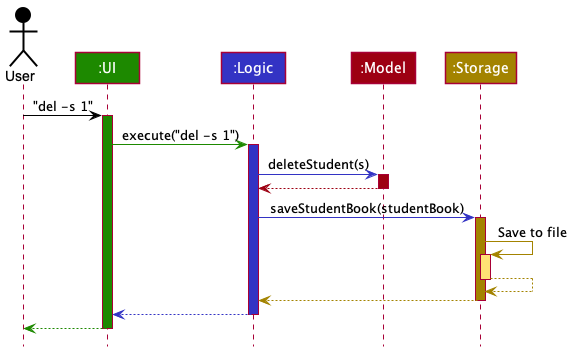
This is docs/images/ArchitectureSequenceDiagram.png from nus-cs2103-AY2122S1/tp, a PlantUML export, as it was before one commit. Source of this version:
```plantuml
@startuml
!include style.puml

Actor User as user USER_COLOR
Participant ":UI" as ui UI_COLOR
Participant ":Logic" as logic LOGIC_COLOR
Participant ":Model" as model MODEL_COLOR
Participant ":Storage" as storage STORAGE_COLOR

user -[USER_COLOR]> ui : "del -s 1"
activate ui UI_COLOR

ui -[UI_COLOR]> logic : execute("del -s 1")
activate logic LOGIC_COLOR

logic -[LOGIC_COLOR]> model : deleteStudent(s)
activate model MODEL_COLOR

model -[MODEL_COLOR]-> logic
deactivate model

logic -[LOGIC_COLOR]> storage : saveStudentBook(studentBook)
activate storage STORAGE_COLOR

storage -[STORAGE_COLOR]> storage : Save to file
activate storage STORAGE_COLOR_T1
storage --[STORAGE_COLOR]> storage
deactivate storage

storage --[STORAGE_COLOR]> logic
deactivate storage

logic --[LOGIC_COLOR]> ui
deactivate logic

ui--[UI_COLOR]> user
deactivate ui
@enduml
```
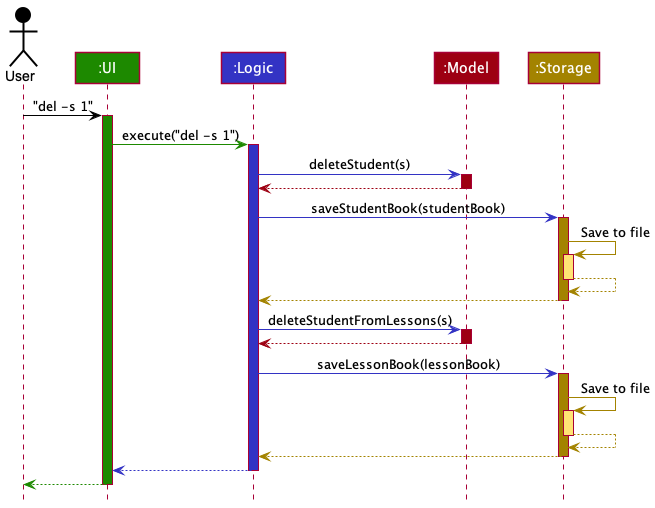
After the change.

The edit, as a diff of the source:
```diff
@@ -30,6 +30,23 @@
 storage --[STORAGE_COLOR]> logic
 deactivate storage
 
+logic -[LOGIC_COLOR]> model : deleteStudentFromLessons(s)
+activate model MODEL_COLOR
+
+model -[MODEL_COLOR]-> logic
+deactivate model
+
+logic -[LOGIC_COLOR]> storage : saveLessonBook(lessonBook)
+activate storage STORAGE_COLOR
+
+storage -[STORAGE_COLOR]> storage : Save to file
+activate storage STORAGE_COLOR_T1
+storage --[STORAGE_COLOR]> storage
+deactivate storage
+
+storage --[STORAGE_COLOR]> logic
+deactivate storage
+
 logic --[LOGIC_COLOR]> ui
 deactivate logic
 
```
